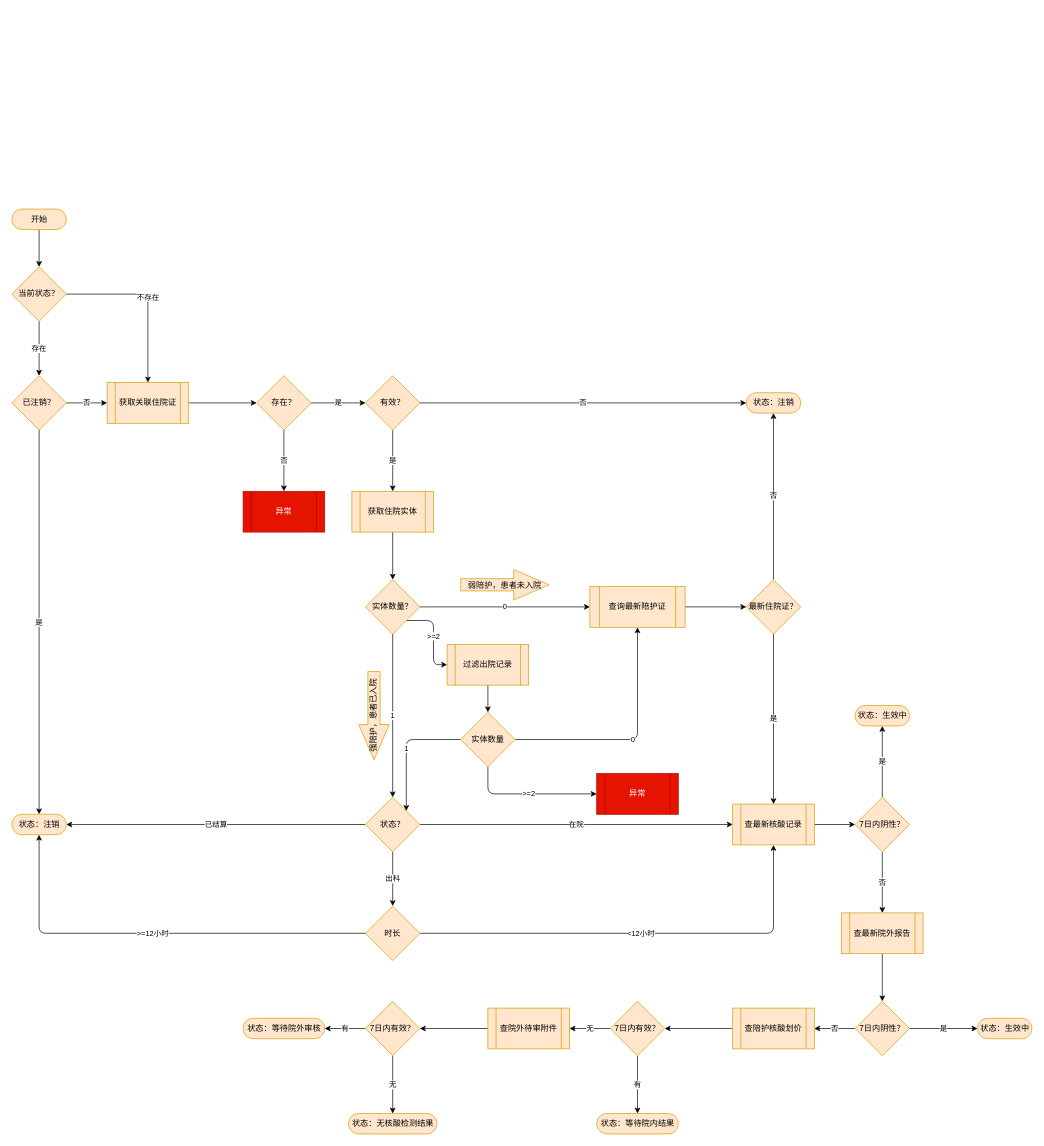
Before: src/main/resources/drawio/获取陪护证实时状态.drawio in walnut-qin/springboot.skynet, a draw.io diagram. Source tidied: cells renumbered, new cells numbered last; positions are measured from the earlier drawing's top-left corner, leaving out a move shared by most shapes. Both pictures are drawn from the tidied source at 68%, with x=0, y=0 at pixel (12, 209).
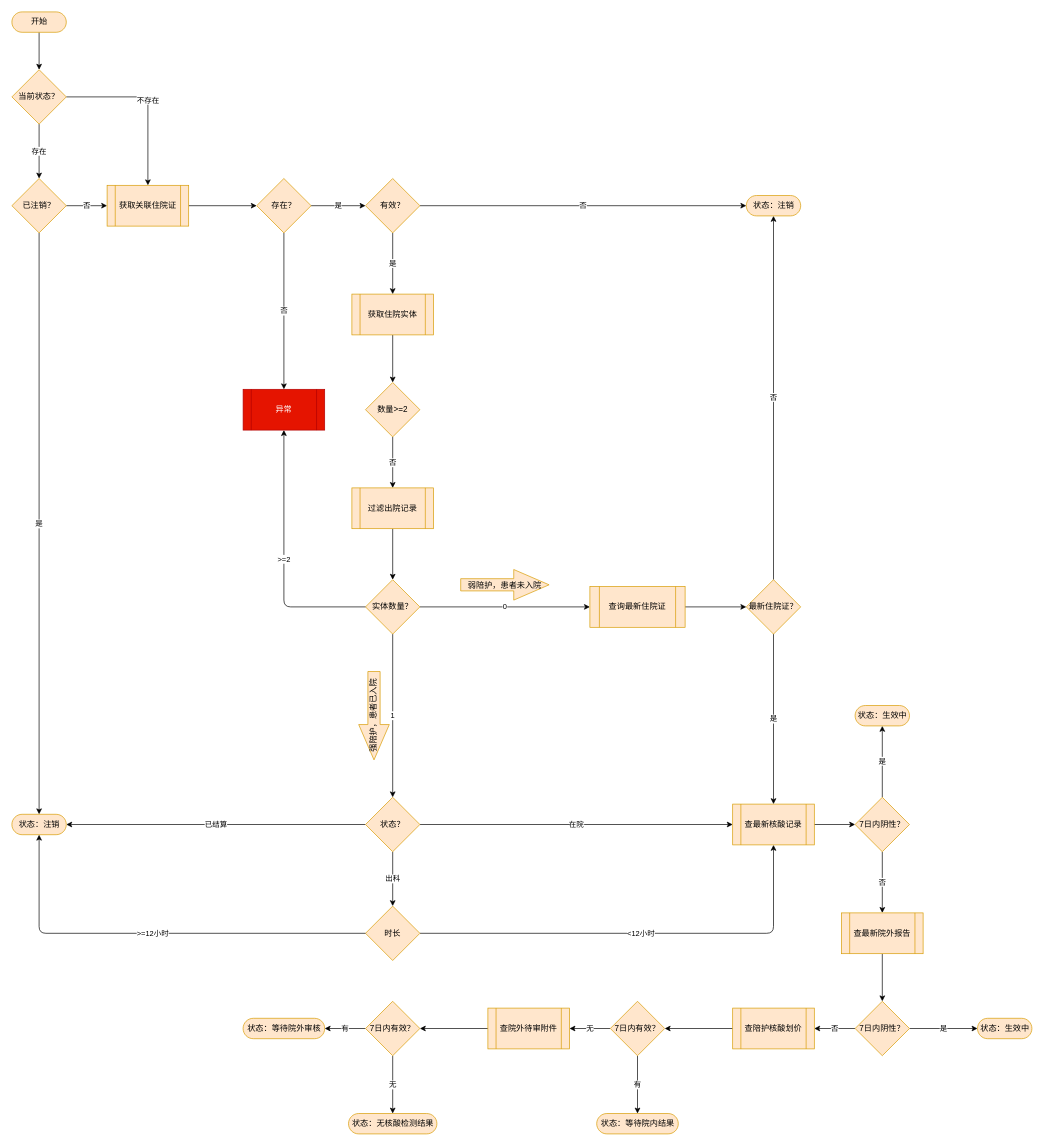
Above is the later version.

Commit message (it also covers changes not shown here):
获取陪护证状态

Unchanged cells that the change refers to:
```xml
<mxCell id="17" value="实体数量？" style="rhombus;whiteSpace=wrap;html=1;dashed=0;strokeColor=#d79b00;fillColor=#ffe6cc;" parent="1" vertex="1">
  <mxGeometry x="520" y="545" width="80" height="80" as="geometry" />
</mxCell>
<mxCell id="22" value="状态？" style="rhombus;whiteSpace=wrap;html=1;dashed=0;strokeColor=#d79b00;fillColor=#ffe6cc;" parent="1" vertex="1">
  <mxGeometry x="520" y="865" width="80" height="80" as="geometry" />
</mxCell>
```

The edit, as a diff of the source:
```diff
@@
     <mxCell id="3" value="开始" style="html=1;dashed=0;whitespace=wrap;shape=mxgraph.dfd.start;fillColor=#ffe6cc;strokeColor=#d79b00;" parent="1" vertex="1">
-      <mxGeometry width="80" height="30" as="geometry" />
+      <mxGeometry y="-290" width="80" height="30" as="geometry" />
     </mxCell>
@@
     <mxCell id="6" value="当前状态？" style="rhombus;whiteSpace=wrap;html=1;dashed=0;strokeColor=#d79b00;fillColor=#ffe6cc;" parent="1" vertex="1">
-      <mxGeometry y="85" width="80" height="80" as="geometry" />
+      <mxGeometry y="-205" width="80" height="80" as="geometry" />
     </mxCell>
@@
     <mxCell id="9" value="已注销？" style="rhombus;whiteSpace=wrap;html=1;dashed=0;strokeColor=#d79b00;fillColor=#ffe6cc;" parent="1" vertex="1">
-      <mxGeometry y="245" width="80" height="80" as="geometry" />
+      <mxGeometry y="-45" width="80" height="80" as="geometry" />
     </mxCell>
@@
     <mxCell id="11" value="获取关联住院证" style="shape=process;whiteSpace=wrap;html=1;backgroundOutline=1;dashed=0;strokeColor=#d79b00;fillColor=#ffe6cc;" parent="1" vertex="1">
-      <mxGeometry x="140" y="255" width="120" height="60" as="geometry" />
+      <mxGeometry x="140" y="-35" width="120" height="60" as="geometry" />
     </mxCell>
-    <mxCell id="12" style="edgeStyle=none;html=1;" parent="1" edge="1" source="13" target="17">
-      <mxGeometry relative="1" as="geometry" />
-    </mxCell>
+    <mxCell id="73" style="edgeStyle=orthogonalEdgeStyle;html=1;" parent="1" edge="1" source="13" target="76">
+      <mxGeometry relative="1" as="geometry" />
+    </mxCell>
     <mxCell id="13" value="获取住院实体" style="shape=process;whiteSpace=wrap;html=1;backgroundOutline=1;dashed=0;strokeColor=#d79b00;fillColor=#ffe6cc;" parent="1" vertex="1">
-      <mxGeometry x="500" y="415" width="120" height="60" as="geometry" />
+      <mxGeometry x="500" y="125" width="120" height="60" as="geometry" />
     </mxCell>
@@
-    <mxCell id="16" value="&amp;gt;=2" style="edgeStyle=orthogonalEdgeStyle;html=1;exitX=1;exitY=1;exitDx=0;exitDy=0;entryX=0;entryY=0.5;entryDx=0;entryDy=0;" parent="1" edge="1" source="17" target="67">
-      <mxGeometry relative="1" as="geometry" />
-    </mxCell>
@@
     <mxCell id="18" value="异常" style="shape=process;whiteSpace=wrap;html=1;backgroundOutline=1;dashed=0;strokeColor=#B20000;fillColor=#e51400;fontColor=#ffffff;" parent="1" vertex="1">
-      <mxGeometry x="340" y="415" width="120" height="60" as="geometry" />
+      <mxGeometry x="340" y="265" width="120" height="60" as="geometry" />
     </mxCell>
@@
     <mxCell id="31" value="状态：注销" style="html=1;dashed=0;whitespace=wrap;shape=mxgraph.dfd.start;fillColor=#ffe6cc;strokeColor=#d79b00;" parent="1" vertex="1">
-      <mxGeometry x="1080" y="270" width="80" height="30" as="geometry" />
+      <mxGeometry x="1080" y="-20" width="80" height="30" as="geometry" />
     </mxCell>
@@
     <mxCell id="58" value="存在？" style="rhombus;whiteSpace=wrap;html=1;dashed=0;strokeColor=#d79b00;fillColor=#ffe6cc;" parent="1" vertex="1">
-      <mxGeometry x="360" y="245" width="80" height="80" as="geometry" />
+      <mxGeometry x="360" y="-45" width="80" height="80" as="geometry" />
     </mxCell>
@@
     <mxCell id="61" value="有效？" style="rhombus;whiteSpace=wrap;html=1;dashed=0;strokeColor=#d79b00;fillColor=#ffe6cc;" parent="1" vertex="1">
-      <mxGeometry x="520" y="245" width="80" height="80" as="geometry" />
+      <mxGeometry x="520" y="-45" width="80" height="80" as="geometry" />
     </mxCell>
@@
-    <mxCell id="63" value="查询最新陪护证" style="shape=process;whiteSpace=wrap;html=1;backgroundOutline=1;dashed=0;strokeColor=#d79b00;fillColor=#ffe6cc;" parent="1" vertex="1">
+    <mxCell id="63" value="查询最新住院证" style="shape=process;whiteSpace=wrap;html=1;backgroundOutline=1;dashed=0;strokeColor=#d79b00;fillColor=#ffe6cc;" parent="1" vertex="1">
       <mxGeometry x="850" y="555" width="140" height="60" as="geometry" />
     </mxCell>
@@
-    <mxCell id="66" style="edgeStyle=orthogonalEdgeStyle;html=1;" parent="1" edge="1" source="67" target="71">
+    <mxCell id="66" style="edgeStyle=orthogonalEdgeStyle;html=1;exitX=0.5;exitY=1;exitDx=0;exitDy=0;entryX=0.5;entryY=0;entryDx=0;entryDy=0;" parent="1" edge="1" source="67" target="17">
       <mxGeometry relative="1" as="geometry" />
     </mxCell>
     <mxCell id="67" value="过滤出院记录" style="shape=process;whiteSpace=wrap;html=1;backgroundOutline=1;dashed=0;strokeColor=#d79b00;fillColor=#ffe6cc;" parent="1" vertex="1">
-      <mxGeometry x="640" y="640" width="120" height="60" as="geometry" />
+      <mxGeometry x="500" y="410" width="120" height="60" as="geometry" />
     </mxCell>
-    <mxCell id="68" value="1" style="edgeStyle=orthogonalEdgeStyle;html=1;exitX=0;exitY=0.5;exitDx=0;exitDy=0;entryX=1;entryY=0;entryDx=0;entryDy=0;" parent="1" edge="1" source="71" target="22">
-      <mxGeometry relative="1" as="geometry" />
-    </mxCell>
-    <mxCell id="69" value="0" style="edgeStyle=orthogonalEdgeStyle;html=1;exitX=1;exitY=0.5;exitDx=0;exitDy=0;entryX=0.5;entryY=1;entryDx=0;entryDy=0;" parent="1" edge="1" source="71" target="63">
-      <mxGeometry relative="1" as="geometry" />
-    </mxCell>
-    <mxCell id="70" value="&amp;gt;=2" style="edgeStyle=orthogonalEdgeStyle;html=1;exitX=0.5;exitY=1;exitDx=0;exitDy=0;entryX=0;entryY=0.5;entryDx=0;entryDy=0;" parent="1" edge="1" source="71" target="72">
-      <mxGeometry relative="1" as="geometry" />
-    </mxCell>
-    <mxCell id="71" value="实体数量" style="rhombus;whiteSpace=wrap;html=1;dashed=0;strokeColor=#d79b00;fillColor=#ffe6cc;" parent="1" vertex="1">
-      <mxGeometry x="660" y="740" width="80" height="80" as="geometry" />
-    </mxCell>
-    <mxCell id="72" value="异常" style="shape=process;whiteSpace=wrap;html=1;backgroundOutline=1;dashed=0;strokeColor=#B20000;fillColor=#e51400;fontColor=#ffffff;" parent="1" vertex="1">
-      <mxGeometry x="860" y="830" width="120" height="60" as="geometry" />
-    </mxCell>
+    <mxCell id="74" value="&amp;gt;=2" style="edgeStyle=orthogonalEdgeStyle;html=1;exitX=0;exitY=0.5;exitDx=0;exitDy=0;" parent="1" edge="1" source="17" target="18">
+      <mxGeometry relative="1" as="geometry" />
+    </mxCell>
+    <mxCell id="75" value="否" style="edgeStyle=orthogonalEdgeStyle;html=1;" parent="1" edge="1" source="76" target="67">
+      <mxGeometry relative="1" as="geometry" />
+    </mxCell>
+    <mxCell id="76" value="数量&amp;gt;=2" style="rhombus;whiteSpace=wrap;html=1;dashed=0;strokeColor=#d79b00;fillColor=#ffe6cc;" parent="1" vertex="1">
+      <mxGeometry x="520" y="255" width="80" height="80" as="geometry" />
+    </mxCell>
```
